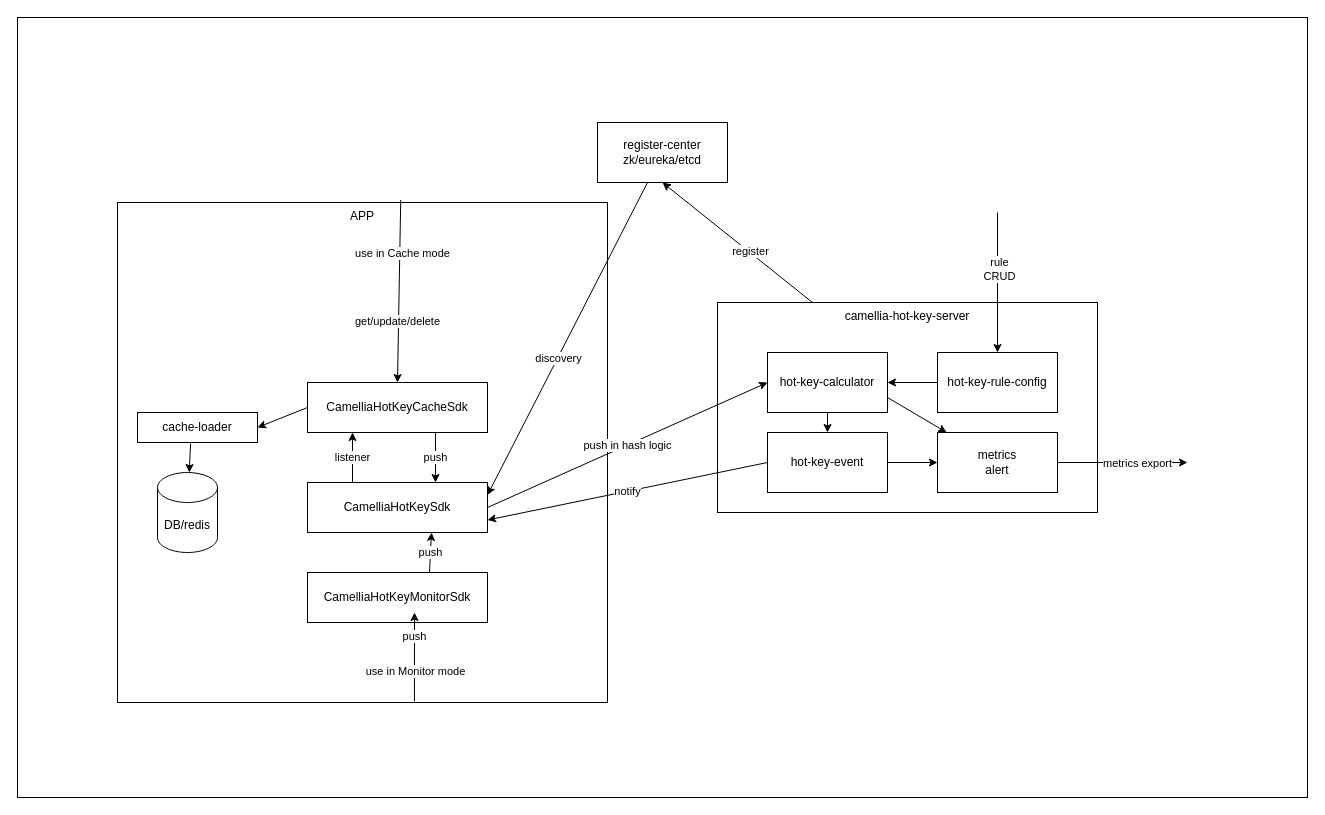
Earlier version of the draw.io diagram docs/hot-key/hot-key.drawio (netease-im/camellia). Source tidied: cells renumbered, new cells numbered last; positions are measured from the earlier drawing's top-left corner, leaving out a move shared by most shapes. Both pictures are drawn from the tidied source at 100%, with x=0, y=0 at pixel (17, 17).
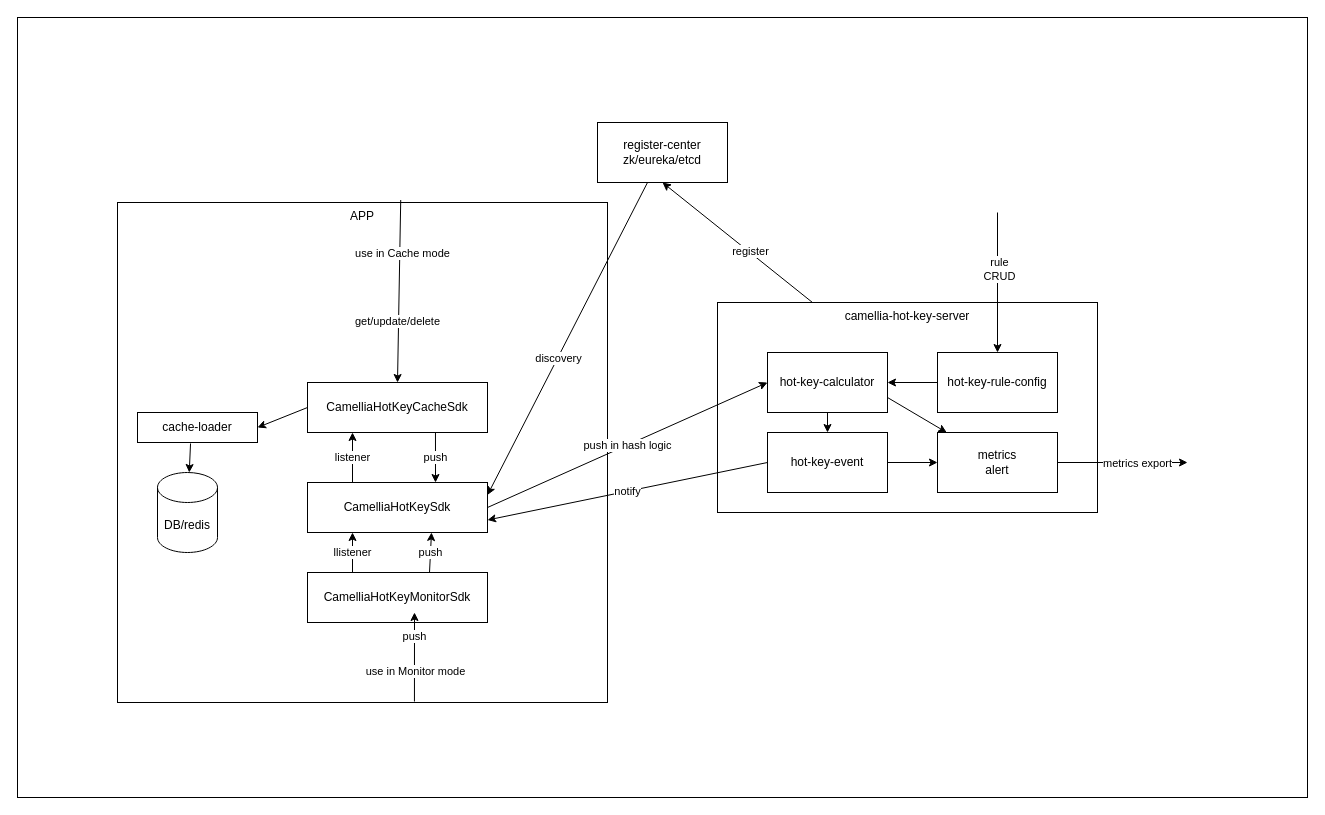
The same page after the edit.

Unchanged cells that the change refers to:
```xml
<mxCell id="4" value="CamelliaHotKeySdk" style="rounded=0;whiteSpace=wrap;html=1;" parent="1" vertex="1">
  <mxGeometry x="290" y="465" width="180" height="50" as="geometry" />
</mxCell>
<mxCell id="34" value="CamelliaHotKeyMonitorSdk" style="rounded=0;whiteSpace=wrap;html=1;" parent="1" vertex="1">
  <mxGeometry x="290" y="555" width="180" height="50" as="geometry" />
</mxCell>
```

The edit, as a diff of the source:
```diff
@@
+    <mxCell id="39" value="llistener" style="endArrow=classic;html=1;rounded=0;exitX=0.25;exitY=0;exitDx=0;exitDy=0;entryX=0.25;entryY=1;entryDx=0;entryDy=0;" parent="1" edge="1" source="34" target="4">
+      <mxGeometry relative="1" as="geometry" />
+    </mxCell>
```
